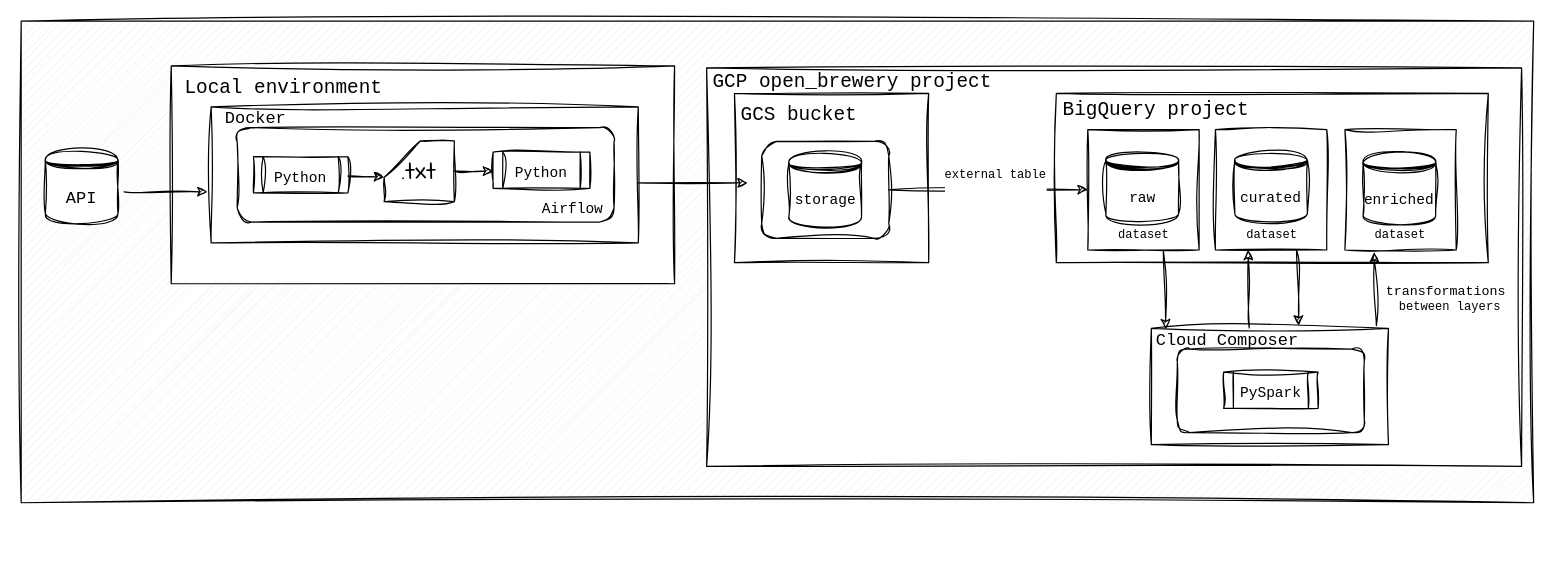
This is architecture.drawio from thaislba/open_brewery, a draw.io file, before an edit. Source tidied: cells renumbered, new cells numbered last; positions are measured from the earlier drawing's top-left corner, leaving out a move shared by most shapes. Both pictures are drawn from the tidied source at 121%, with x=0, y=0 at pixel (21, 21).
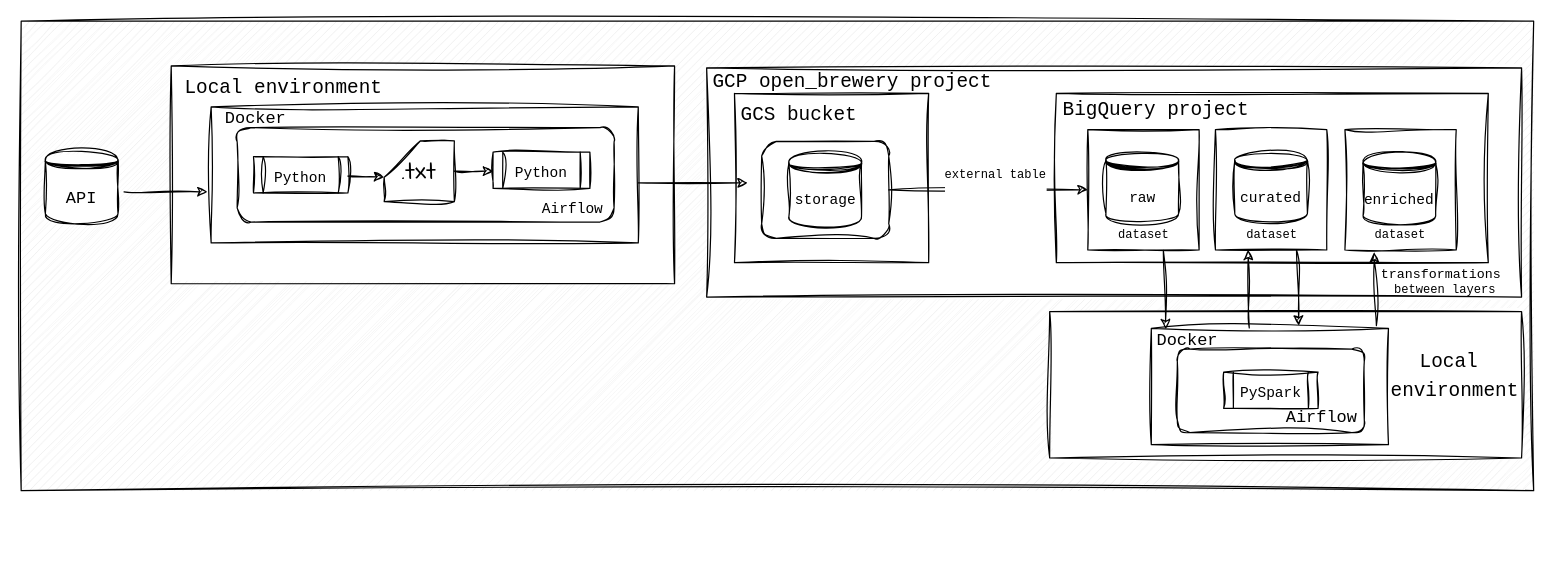
After the change.

The edit, as a diff of the source:
```diff
@@
     <mxCell id="2" style="verticalLabelPosition=bottom;verticalAlign=top;html=1;shape=mxgraph.basic.patternFillRect;fillStyle=diag;step=5;fillStrokeWidth=0.2;fillStrokeColor=#dddddd;sketch=1;hachureGap=4;jiggle=2;curveFitting=1;fontFamily=Architects Daughter;fontSize=20;" parent="1" vertex="1">
-      <mxGeometry width="1250" height="398" as="geometry" />
+      <mxGeometry width="1250" height="388" as="geometry" />
     </mxCell>
+    <mxCell id="47" style="rounded=0;whiteSpace=wrap;html=1;sketch=1;hachureGap=4;jiggle=2;curveFitting=1;fontFamily=Architects Daughter;fontSize=20;" parent="1" vertex="1">
+      <mxGeometry x="850" y="240" width="390" height="121" as="geometry" />
+    </mxCell>
+    <mxCell id="48" value="&lt;pre&gt;&lt;font style=&quot;&quot;&gt;&lt;span style=&quot;font-size: 16px;&quot;&gt;Local &lt;br&gt;&lt;/span&gt;&lt;/font&gt;&lt;font style=&quot;font-size: 16px;&quot;&gt;environment&lt;/font&gt;&lt;/pre&gt;" style="text;html=1;strokeColor=none;fillColor=none;align=center;verticalAlign=middle;whiteSpace=wrap;rounded=0;fontSize=20;fontFamily=Architects Daughter;" parent="1" vertex="1">
+      <mxGeometry x="1155" y="277" width="60" height="30" as="geometry" />
+    </mxCell>
     <mxCell id="3" style="rounded=0;whiteSpace=wrap;html=1;sketch=1;hachureGap=4;jiggle=2;curveFitting=1;fontFamily=Architects Daughter;fontSize=20;" parent="1" vertex="1">
-      <mxGeometry x="566.5" y="38.6" width="673.5" height="329.4" as="geometry" />
+      <mxGeometry x="566.5" y="38.6" width="673.5" height="189.4" as="geometry" />
     </mxCell>
@@
-    <mxCell id="37" value="&lt;pre&gt;&lt;font style=&quot;font-size: 14px;&quot;&gt;Cloud Composer&lt;/font&gt;&lt;/pre&gt;" style="text;html=1;strokeColor=none;fillColor=none;align=center;verticalAlign=middle;whiteSpace=wrap;rounded=0;fontSize=20;fontFamily=Architects Daughter;" parent="1" vertex="1">
-      <mxGeometry x="966.5" y="247" width="60" height="30" as="geometry" />
+    <mxCell id="37" value="&lt;pre&gt;&lt;font style=&quot;font-size: 14px;&quot;&gt;Airflow&lt;/font&gt;&lt;/pre&gt;" style="text;html=1;strokeColor=none;fillColor=none;align=center;verticalAlign=middle;whiteSpace=wrap;rounded=0;fontSize=20;fontFamily=Architects Daughter;" parent="1" vertex="1">
+      <mxGeometry x="1045" y="311" width="60" height="30" as="geometry" />
     </mxCell>
@@
     <mxCell id="43" value="&lt;pre style=&quot;font-size: 10px;&quot;&gt;&lt;font style=&quot;&quot;&gt;&lt;span style=&quot;font-size: 11px;&quot;&gt;transformations &lt;br&gt;&lt;/span&gt;&lt;/font&gt;between layers&lt;/pre&gt;" style="text;html=1;strokeColor=none;fillColor=none;align=center;verticalAlign=middle;whiteSpace=wrap;rounded=0;fontSize=20;fontFamily=Architects Daughter;" parent="1" vertex="1">
-      <mxGeometry x="1151.2" y="215" width="60" height="30" as="geometry" />
+      <mxGeometry x="1147.2" y="201" width="60" height="30" as="geometry" />
     </mxCell>
@@
+    <mxCell id="49" value="&lt;pre&gt;&lt;font style=&quot;font-size: 14px;&quot;&gt;Docker&lt;/font&gt;&lt;/pre&gt;" style="text;html=1;strokeColor=none;fillColor=none;align=center;verticalAlign=middle;whiteSpace=wrap;rounded=0;fontSize=20;fontFamily=Architects Daughter;" parent="1" vertex="1">
+      <mxGeometry x="934" y="247" width="60" height="30" as="geometry" />
+    </mxCell>
```
